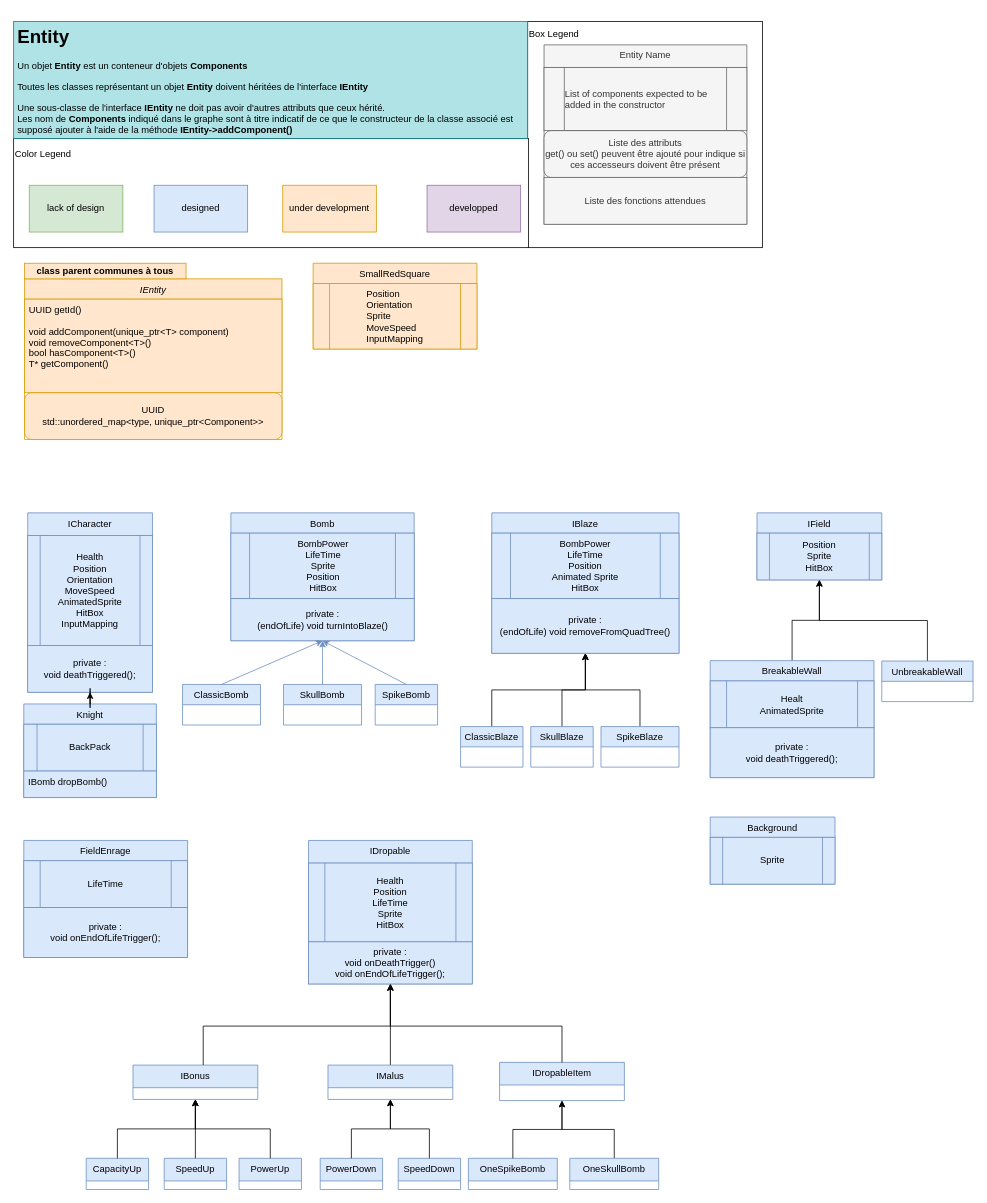
This is page "Entity" (1 of 5) of doc/UMLGeneralFramework.drawio from Kragoum/BomberKnight, a draw.io file, before an edit. Source tidied: cells renumbered, new cells numbered last; positions are measured from the earlier drawing's top-left corner, leaving out a move shared by most shapes. Both pictures are drawn from the tidied source at 78%, with x=0, y=0 at pixel (13, 21).
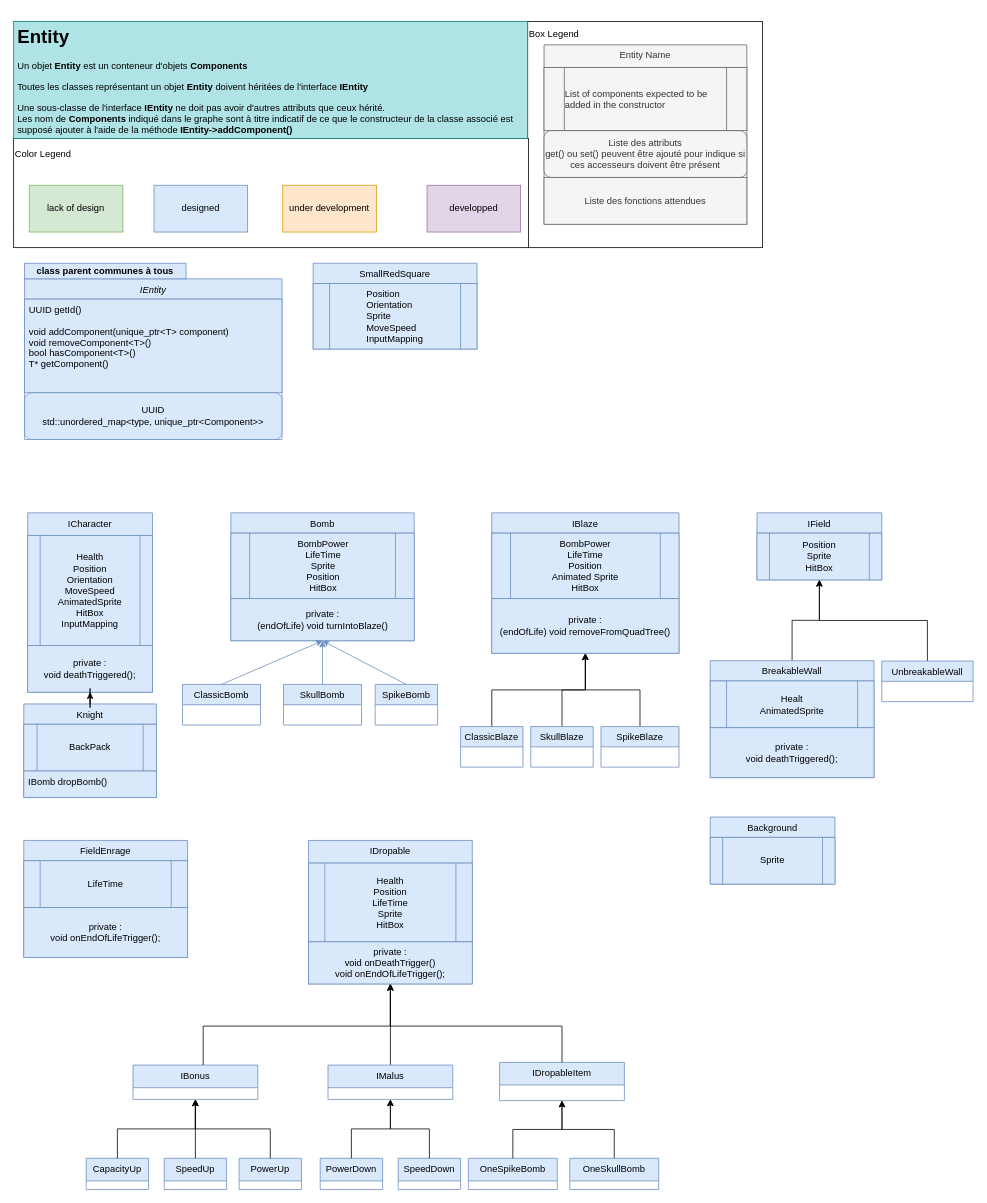
Above is the later version.

The edit, as a diff of the source:
```diff
@@
-    <mxCell id="3" value="IEntity" style="swimlane;fontStyle=2;align=center;verticalAlign=top;horizontal=1;startSize=26;rounded=0;shadow=0;strokeWidth=1;fillColor=#ffe6cc;strokeColor=#d79b00;" parent="1" vertex="1">
+    <mxCell id="3" value="IEntity" style="swimlane;fontStyle=2;align=center;verticalAlign=top;horizontal=1;startSize=26;rounded=0;shadow=0;strokeWidth=1;fillColor=#dae8fc;strokeColor=#6c8ebf;" parent="1" vertex="1">
       <mxGeometry x="14" y="330" width="330" height="206" as="geometry" />
     </mxCell>
-    <mxCell id="4" value="UUID getId()&#10;&#10;void addComponent(unique_ptr&lt;T&gt; component)&#10;void removeComponent&lt;T&gt;()&#10;bool hasComponent&lt;T&gt;()&#10;T* getComponent()&#10;&#10;&#10;" style="text;align=left;verticalAlign=top;spacingLeft=4;spacingRight=4;overflow=hidden;strokeColor=#d79b00;fillColor=#ffe6cc;" parent="3" vertex="1">
+    <mxCell id="4" value="UUID getId()&#10;&#10;void addComponent(unique_ptr&lt;T&gt; component)&#10;void removeComponent&lt;T&gt;()&#10;bool hasComponent&lt;T&gt;()&#10;T* getComponent()&#10;&#10;&#10;" style="text;align=left;verticalAlign=top;spacingLeft=4;spacingRight=4;overflow=hidden;strokeColor=#6c8ebf;fillColor=#dae8fc;" parent="3" vertex="1">
       <mxGeometry y="26" width="330" height="120" as="geometry" />
     </mxCell>
-    <mxCell id="5" value="&lt;span style=&quot;&quot;&gt;UUID&lt;/span&gt;&lt;br style=&quot;&quot;&gt;&lt;span style=&quot;&quot;&gt;std::unordered_map&amp;lt;type, unique_ptr&amp;lt;Component&amp;gt;&amp;gt;&lt;/span&gt;" style="rounded=1;whiteSpace=wrap;html=1;labelBackgroundColor=none;fillColor=#ffe6cc;strokeColor=#d79b00;" parent="3" vertex="1">
+    <mxCell id="5" value="&lt;span style=&quot;&quot;&gt;UUID&lt;/span&gt;&lt;br style=&quot;&quot;&gt;&lt;span style=&quot;&quot;&gt;std::unordered_map&amp;lt;type, unique_ptr&amp;lt;Component&amp;gt;&amp;gt;&lt;/span&gt;" style="rounded=1;whiteSpace=wrap;html=1;labelBackgroundColor=none;fillColor=#dae8fc;strokeColor=#6c8ebf;" parent="3" vertex="1">
       <mxGeometry y="146" width="330" height="60" as="geometry" />
     </mxCell>
@@
-    <mxCell id="16" value="&lt;b&gt;class parent communes à tous&lt;/b&gt;" style="rounded=0;whiteSpace=wrap;html=1;fillColor=#ffe6cc;strokeColor=#d79b00;" parent="1" vertex="1">
+    <mxCell id="16" value="&lt;b&gt;class parent communes à tous&lt;/b&gt;" style="rounded=0;whiteSpace=wrap;html=1;fillColor=#dae8fc;strokeColor=#6c8ebf;" parent="1" vertex="1">
       <mxGeometry x="14" y="310" width="207" height="20" as="geometry" />
     </mxCell>
@@
-    <mxCell id="82" value="SmallRedSquare" style="swimlane;fontStyle=0;align=center;verticalAlign=top;horizontal=1;startSize=26;rounded=0;shadow=0;strokeWidth=1;fillColor=#ffe6cc;strokeColor=#d79b00;" parent="1" vertex="1">
+    <mxCell id="82" value="SmallRedSquare" style="swimlane;fontStyle=0;align=center;verticalAlign=top;horizontal=1;startSize=26;rounded=0;shadow=0;strokeWidth=1;fillColor=#dae8fc;strokeColor=#6c8ebf;" parent="1" vertex="1">
       <mxGeometry x="384" y="310" width="210" height="110" as="geometry" />
     </mxCell>
-    <mxCell id="83" value="&lt;div style=&quot;text-align: left;&quot;&gt;&lt;span style=&quot;background-color: initial;&quot;&gt;Position&lt;/span&gt;&lt;/div&gt;&lt;div style=&quot;text-align: left;&quot;&gt;&lt;span style=&quot;background-color: initial;&quot;&gt;Orientation&lt;/span&gt;&lt;/div&gt;&lt;div style=&quot;text-align: left;&quot;&gt;Sprite&lt;/div&gt;&lt;div style=&quot;text-align: left;&quot;&gt;&lt;span style=&quot;text-align: center;&quot;&gt;MoveSpeed&lt;/span&gt;&lt;br&gt;&lt;/div&gt;&lt;div style=&quot;text-align: left;&quot;&gt;&lt;span style=&quot;text-align: center;&quot;&gt;InputMapping&lt;/span&gt;&lt;span style=&quot;text-align: center;&quot;&gt;&lt;br&gt;&lt;/span&gt;&lt;/div&gt;" style="shape=process;whiteSpace=wrap;html=1;backgroundOutline=1;labelBackgroundColor=none;fillColor=#ffe6cc;strokeColor=#d79b00;" parent="82" vertex="1">
+    <mxCell id="83" value="&lt;div style=&quot;text-align: left;&quot;&gt;&lt;span style=&quot;background-color: initial;&quot;&gt;Position&lt;/span&gt;&lt;/div&gt;&lt;div style=&quot;text-align: left;&quot;&gt;&lt;span style=&quot;background-color: initial;&quot;&gt;Orientation&lt;/span&gt;&lt;/div&gt;&lt;div style=&quot;text-align: left;&quot;&gt;Sprite&lt;/div&gt;&lt;div style=&quot;text-align: left;&quot;&gt;&lt;span style=&quot;text-align: center;&quot;&gt;MoveSpeed&lt;/span&gt;&lt;br&gt;&lt;/div&gt;&lt;div style=&quot;text-align: left;&quot;&gt;&lt;span style=&quot;text-align: center;&quot;&gt;InputMapping&lt;/span&gt;&lt;span style=&quot;text-align: center;&quot;&gt;&lt;br&gt;&lt;/span&gt;&lt;/div&gt;" style="shape=process;whiteSpace=wrap;html=1;backgroundOutline=1;labelBackgroundColor=none;fillColor=#dae8fc;strokeColor=#6c8ebf;" parent="82" vertex="1">
       <mxGeometry y="26" width="210" height="84" as="geometry" />
     </mxCell>
```
